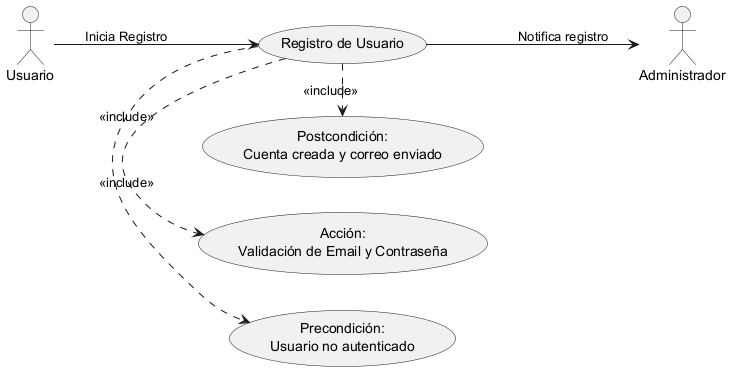
wilmereleon/PlenaStudio keeps this PlantUML diagram as Diagramas/PNG/casoDeUso1.png. Above is the earlier version.
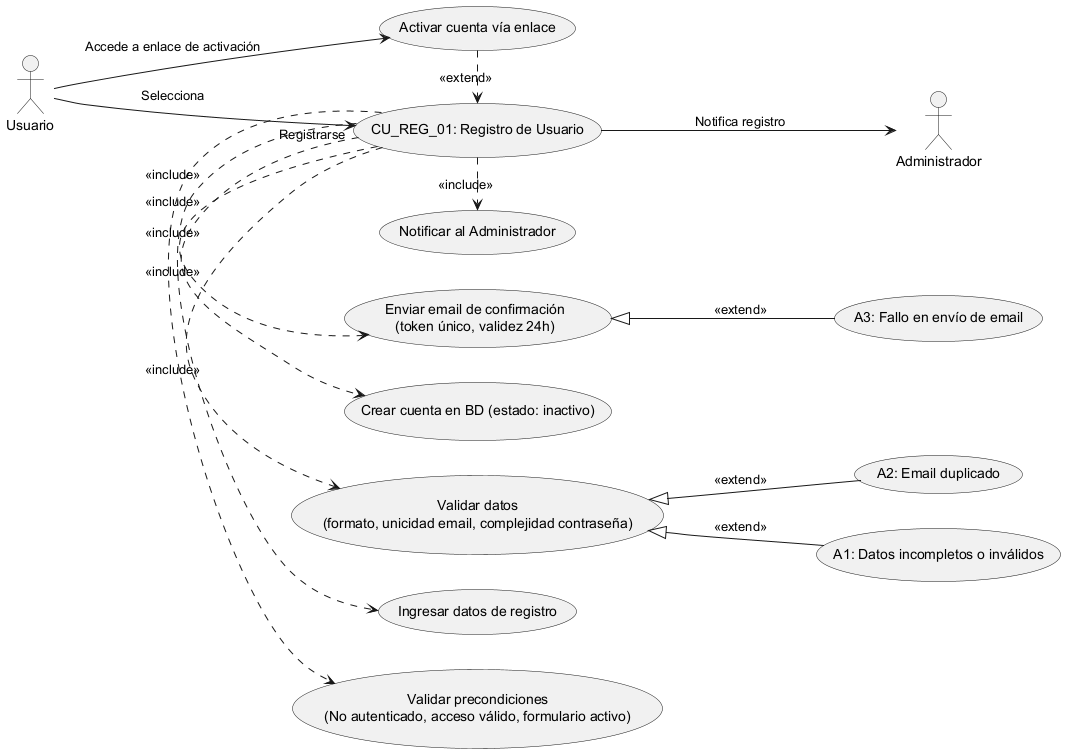
The same file after the commit.

Diff of the diagram source:
```diff
@@ -4,17 +4,30 @@
 actor "Usuario" as user
 actor "Administrador" as admin
 
-usecase "Registro de Usuario" as UC_REG
-usecase "Precondición:\nUsuario no autenticado" as UC_PRE
-usecase "Acción:\nValidación de Email y Contraseña" as UC_COND
-usecase "Postcondición:\nCuenta creada y correo enviado" as UC_POST
+usecase "CU_REG_01: Registro de Usuario" as UC_REG
+usecase "Validar precondiciones\n(No autenticado, acceso válido, formulario activo)" as UC_PRE
+usecase "Ingresar datos de registro" as UC_DATOS
+usecase "Validar datos\n(formato, unicidad email, complejidad contraseña)" as UC_VALID
+usecase "A1: Datos incompletos o inválidos" as UC_A1
+usecase "A2: Email duplicado" as UC_A2
+usecase "Crear cuenta en BD (estado: inactivo)" as UC_CREAR
+usecase "Enviar email de confirmación\n(token único, validez 24h)" as UC_EMAIL
+usecase "A3: Fallo en envío de email" as UC_A3
+usecase "Notificar al Administrador" as UC_ADMIN
+usecase "Activar cuenta vía enlace" as UC_ACTIVAR
 
-user --> UC_REG : Inicia Registro
-
+user --> UC_REG : Selecciona "Registrarse"
 UC_REG .> UC_PRE : <<include>>
-UC_REG .> UC_COND : <<include>>
-UC_REG .> UC_POST : <<include>>
-
+UC_REG .> UC_DATOS : <<include>>
+UC_REG .> UC_VALID : <<include>>
+UC_VALID <|-- UC_A1 : <<extend>>
+UC_VALID <|-- UC_A2 : <<extend>>
+UC_REG .> UC_CREAR : <<include>>
+UC_REG .> UC_EMAIL : <<include>>
+UC_EMAIL <|-- UC_A3 : <<extend>>
+UC_REG .> UC_ADMIN : <<include>>
+user --> UC_ACTIVAR : Accede a enlace de activación
+UC_ACTIVAR .> UC_REG : <<extend>>
 UC_REG --> admin : Notifica registro
 
 @enduml
```
